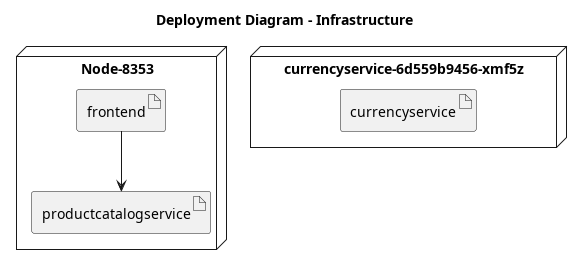
HiImLuxifer/UML_Generator keeps this PlantUML diagram as diagrams/deployment-frontend.png. Above is the earlier version.
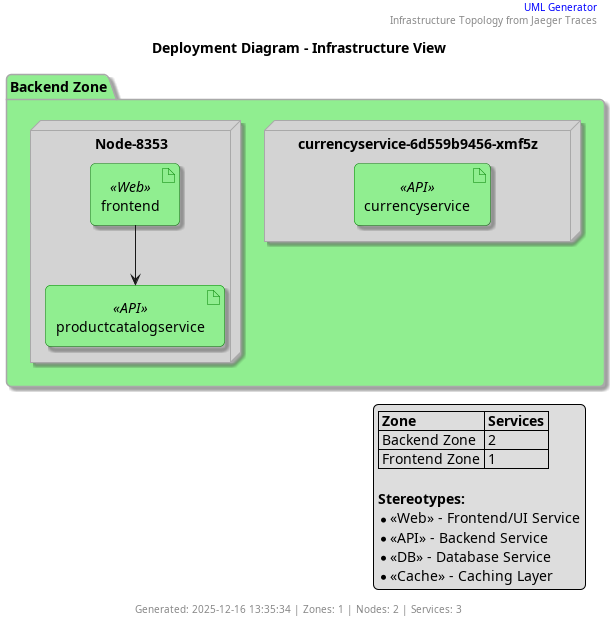
Later version of the same file.

What changed in the source:
```diff
@@ -1,15 +1,49 @@
 @startuml
-title Deployment Diagram - Infrastructure
 
-node "Node-8353" {
-  artifact "productcatalogservice"
-  artifact "frontend"
-}
+skinparam nodeBackgroundColor LightSkyBlue
+skinparam nodeBorderColor DeepSkyBlue
+skinparam artifactBackgroundColor LightGreen
+skinparam artifactBorderColor Green
+skinparam componentBackgroundColor LightYellow
+skinparam packageBackgroundColor LightGray
+skinparam packageBorderColor DarkGray
+skinparam stereotypeCBackgroundColor YellowGreen
+skinparam shadowing true
+skinparam roundcorner 10
 
-node "currencyservice-6d559b9456-xmf5z" {
-  artifact "currencyservice"
+title Deployment Diagram - Infrastructure View
+
+header
+  <font color=blue>UML Generator</font>
+  Infrastructure Topology from Jaeger Traces
+endheader
+
+package "Backend Zone" #LightGreen {
+  node "Node-8353" {
+    artifact "productcatalogservice" <<API>>
+    artifact "frontend" <<Web>>
+  }
+  node "currencyservice-6d559b9456-xmf5z" {
+    artifact "currencyservice" <<API>>
+  }
 }
 
 "frontend" --> "productcatalogservice"
 
+legend right
+  |= Zone |= Services |
+  | Backend Zone | 2 |
+  | Frontend Zone | 1 |
+
+  **Stereotypes:**
+  * <<Web>> - Frontend/UI Service
+  * <<API>> - Backend Service
+  * <<DB>> - Database Service
+  * <<Cache>> - Caching Layer
+endlegend
+
+footer
+  Generated: 2025-12-16 13:35:34 | Zones: 1 | Nodes: 2 | Services: 3
+endfooter
+
 @enduml
```
